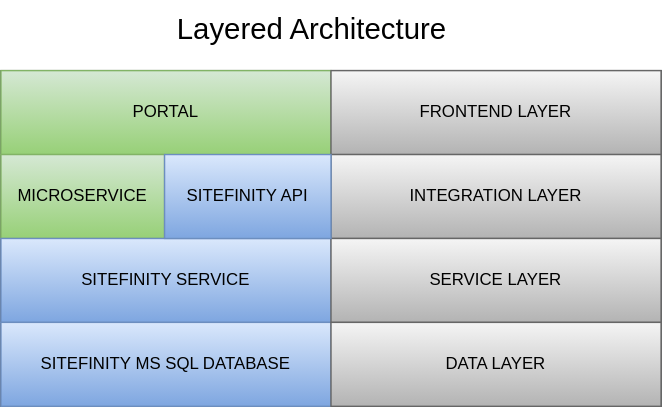
Earlier version of the draw.io export proposals/dpw/diagrams/conceptual-architecture.drawio.svg (MidhunRajeevan/system-design). Source tidied: cells renumbered, new cells last; positions are measured from the earlier drawing's top-left corner, leaving out a move shared by most shapes. The source it was exported from:
```xml
<mxGraphModel background="#ffffff">
  <root>
    <mxCell id="0" />
    <mxCell id="1" parent="0" />
    <mxCell id="2" style="rounded=0;whiteSpace=wrap;html=1;fillColor=#FFFFFF;strokeColor=#36393d;" parent="1" vertex="1">
      <mxGeometry y="49" width="472" height="240" as="geometry" />
    </mxCell>
    <mxCell id="3" value="&lt;font color=&quot;#000000&quot;&gt;PORTAL&lt;/font&gt;" style="rounded=0;whiteSpace=wrap;html=1;fillColor=#d5e8d4;strokeColor=#82b366;gradientColor=#97d077;" parent="1" vertex="1">
      <mxGeometry y="49" width="236" height="60" as="geometry" />
    </mxCell>
    <mxCell id="4" value="&lt;font color=&quot;#000000&quot;&gt;MICROSERVICE&lt;/font&gt;" style="rounded=0;whiteSpace=wrap;html=1;fillColor=#d5e8d4;strokeColor=#82b366;gradientColor=#97d077;" parent="1" vertex="1">
      <mxGeometry y="109" width="117" height="60" as="geometry" />
    </mxCell>
    <mxCell id="5" value="&lt;font color=&quot;#000000&quot;&gt;SITEFINITY SERVICE&lt;/font&gt;" style="rounded=0;whiteSpace=wrap;html=1;fillColor=#dae8fc;strokeColor=#6c8ebf;gradientColor=#7ea6e0;" parent="1" vertex="1">
      <mxGeometry y="169" width="236" height="60" as="geometry" />
    </mxCell>
    <mxCell id="6" value="&lt;font color=&quot;#000000&quot;&gt;SITEFINITY MS SQL DATABASE&lt;/font&gt;" style="rounded=0;whiteSpace=wrap;html=1;fillColor=#dae8fc;strokeColor=#6c8ebf;gradientColor=#7ea6e0;" parent="1" vertex="1">
      <mxGeometry y="229" width="236" height="60" as="geometry" />
    </mxCell>
    <mxCell id="7" value="&lt;font color=&quot;#000000&quot;&gt;FRONTEND LAYER&lt;/font&gt;" style="rounded=0;whiteSpace=wrap;html=1;fillColor=#f5f5f5;strokeColor=#666666;gradientColor=#b3b3b3;" parent="1" vertex="1">
      <mxGeometry x="236" y="49" width="236" height="60" as="geometry" />
    </mxCell>
    <mxCell id="8" value="&lt;font color=&quot;#000000&quot;&gt;INTEGRATION LAYER&lt;/font&gt;" style="rounded=0;whiteSpace=wrap;html=1;fillColor=#f5f5f5;strokeColor=#666666;gradientColor=#b3b3b3;" parent="1" vertex="1">
      <mxGeometry x="236" y="109" width="236" height="60" as="geometry" />
    </mxCell>
    <mxCell id="9" value="&lt;font color=&quot;#000000&quot;&gt;SERVICE LAYER&lt;/font&gt;" style="rounded=0;whiteSpace=wrap;html=1;fillColor=#f5f5f5;strokeColor=#666666;gradientColor=#b3b3b3;" parent="1" vertex="1">
      <mxGeometry x="236" y="169" width="236" height="60" as="geometry" />
    </mxCell>
    <mxCell id="10" value="&lt;font color=&quot;#000000&quot;&gt;DATA LAYER&lt;/font&gt;" style="rounded=0;whiteSpace=wrap;html=1;fillColor=#f5f5f5;strokeColor=#666666;gradientColor=#b3b3b3;" parent="1" vertex="1">
      <mxGeometry x="236" y="229" width="236" height="60" as="geometry" />
    </mxCell>
    <mxCell id="11" value="&lt;font color=&quot;#000000&quot;&gt;SITEFINITY API&lt;/font&gt;" style="rounded=0;whiteSpace=wrap;html=1;fillColor=#dae8fc;strokeColor=#6c8ebf;gradientColor=#7ea6e0;" parent="1" vertex="1">
      <mxGeometry x="117" y="109" width="119" height="60" as="geometry" />
    </mxCell>
    <mxCell id="12" value="&lt;font style=&quot;font-size: 21px;&quot;&gt;Layered Architecture&lt;/font&gt;" style="text;html=1;align=center;verticalAlign=middle;strokeColor=none;fillColor=none;fontColor=#000000;strokeWidth=2;" parent="1" vertex="1">
      <mxGeometry x="116" width="211" height="37" as="geometry" />
    </mxCell>
  </root>
</mxGraphModel>
```
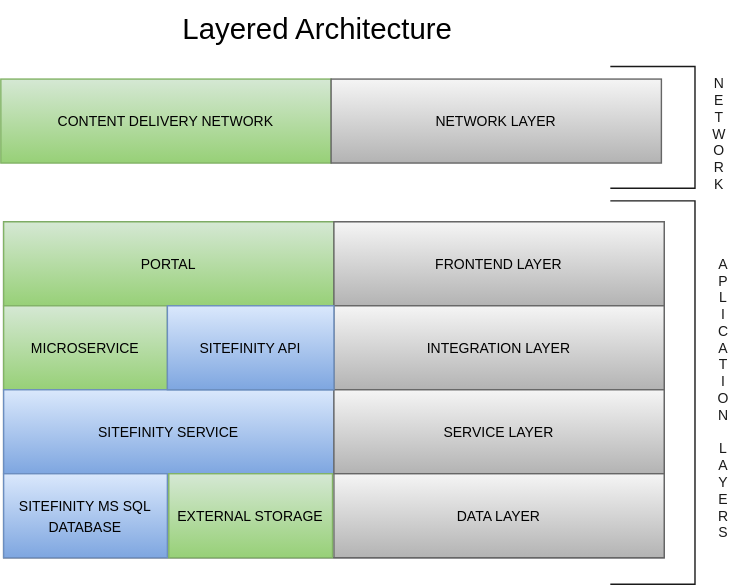
After the change.

Commit message:
layered architecture updates

The edit, as a diff of the source:
```diff
@@ -5,35 +5,56 @@
     <mxCell id="2" style="rounded=0;whiteSpace=wrap;html=1;fillColor=#FFFFFF;strokeColor=#36393d;" parent="1" vertex="1">
       <mxGeometry y="49" width="472" height="240" as="geometry" />
     </mxCell>
-    <mxCell id="3" value="&lt;font color=&quot;#000000&quot;&gt;PORTAL&lt;/font&gt;" style="rounded=0;whiteSpace=wrap;html=1;fillColor=#d5e8d4;strokeColor=#82b366;gradientColor=#97d077;" parent="1" vertex="1">
+    <mxCell id="3" value="&lt;font style=&quot;font-size: 10px;&quot; color=&quot;#000000&quot;&gt;PORTAL&lt;/font&gt;" style="rounded=0;whiteSpace=wrap;html=1;fillColor=#d5e8d4;strokeColor=#82b366;gradientColor=#97d077;" parent="1" vertex="1">
       <mxGeometry y="49" width="236" height="60" as="geometry" />
     </mxCell>
-    <mxCell id="4" value="&lt;font color=&quot;#000000&quot;&gt;MICROSERVICE&lt;/font&gt;" style="rounded=0;whiteSpace=wrap;html=1;fillColor=#d5e8d4;strokeColor=#82b366;gradientColor=#97d077;" parent="1" vertex="1">
+    <mxCell id="4" value="&lt;font style=&quot;font-size: 10px;&quot; color=&quot;#000000&quot;&gt;MICROSERVICE&lt;/font&gt;" style="rounded=0;whiteSpace=wrap;html=1;fillColor=#d5e8d4;strokeColor=#82b366;gradientColor=#97d077;" parent="1" vertex="1">
       <mxGeometry y="109" width="117" height="60" as="geometry" />
     </mxCell>
-    <mxCell id="5" value="&lt;font color=&quot;#000000&quot;&gt;SITEFINITY SERVICE&lt;/font&gt;" style="rounded=0;whiteSpace=wrap;html=1;fillColor=#dae8fc;strokeColor=#6c8ebf;gradientColor=#7ea6e0;" parent="1" vertex="1">
+    <mxCell id="5" value="&lt;font style=&quot;font-size: 10px;&quot; color=&quot;#000000&quot;&gt;SITEFINITY SERVICE&lt;/font&gt;" style="rounded=0;whiteSpace=wrap;html=1;fillColor=#dae8fc;strokeColor=#6c8ebf;gradientColor=#7ea6e0;" parent="1" vertex="1">
       <mxGeometry y="169" width="236" height="60" as="geometry" />
     </mxCell>
-    <mxCell id="6" value="&lt;font color=&quot;#000000&quot;&gt;SITEFINITY MS SQL DATABASE&lt;/font&gt;" style="rounded=0;whiteSpace=wrap;html=1;fillColor=#dae8fc;strokeColor=#6c8ebf;gradientColor=#7ea6e0;" parent="1" vertex="1">
-      <mxGeometry y="229" width="236" height="60" as="geometry" />
+    <mxCell id="6" value="&lt;font style=&quot;font-size: 10px;&quot; color=&quot;#000000&quot;&gt;SITEFINITY MS SQL DATABASE&lt;/font&gt;" style="rounded=0;whiteSpace=wrap;html=1;fillColor=#dae8fc;strokeColor=#6c8ebf;gradientColor=#7ea6e0;" parent="1" vertex="1">
+      <mxGeometry y="229" width="117" height="60" as="geometry" />
     </mxCell>
-    <mxCell id="7" value="&lt;font color=&quot;#000000&quot;&gt;FRONTEND LAYER&lt;/font&gt;" style="rounded=0;whiteSpace=wrap;html=1;fillColor=#f5f5f5;strokeColor=#666666;gradientColor=#b3b3b3;" parent="1" vertex="1">
+    <mxCell id="7" value="&lt;font style=&quot;font-size: 10px;&quot; color=&quot;#000000&quot;&gt;FRONTEND LAYER&lt;/font&gt;" style="rounded=0;whiteSpace=wrap;html=1;fillColor=#f5f5f5;strokeColor=#666666;gradientColor=#b3b3b3;" parent="1" vertex="1">
       <mxGeometry x="236" y="49" width="236" height="60" as="geometry" />
     </mxCell>
-    <mxCell id="8" value="&lt;font color=&quot;#000000&quot;&gt;INTEGRATION LAYER&lt;/font&gt;" style="rounded=0;whiteSpace=wrap;html=1;fillColor=#f5f5f5;strokeColor=#666666;gradientColor=#b3b3b3;" parent="1" vertex="1">
+    <mxCell id="8" value="&lt;font style=&quot;font-size: 10px;&quot; color=&quot;#000000&quot;&gt;INTEGRATION LAYER&lt;/font&gt;" style="rounded=0;whiteSpace=wrap;html=1;fillColor=#f5f5f5;strokeColor=#666666;gradientColor=#b3b3b3;" parent="1" vertex="1">
       <mxGeometry x="236" y="109" width="236" height="60" as="geometry" />
     </mxCell>
-    <mxCell id="9" value="&lt;font color=&quot;#000000&quot;&gt;SERVICE LAYER&lt;/font&gt;" style="rounded=0;whiteSpace=wrap;html=1;fillColor=#f5f5f5;strokeColor=#666666;gradientColor=#b3b3b3;" parent="1" vertex="1">
+    <mxCell id="9" value="&lt;font style=&quot;font-size: 10px;&quot; color=&quot;#000000&quot;&gt;SERVICE LAYER&lt;/font&gt;" style="rounded=0;whiteSpace=wrap;html=1;fillColor=#f5f5f5;strokeColor=#666666;gradientColor=#b3b3b3;" parent="1" vertex="1">
       <mxGeometry x="236" y="169" width="236" height="60" as="geometry" />
     </mxCell>
-    <mxCell id="10" value="&lt;font color=&quot;#000000&quot;&gt;DATA LAYER&lt;/font&gt;" style="rounded=0;whiteSpace=wrap;html=1;fillColor=#f5f5f5;strokeColor=#666666;gradientColor=#b3b3b3;" parent="1" vertex="1">
+    <mxCell id="10" value="&lt;font style=&quot;font-size: 10px;&quot; color=&quot;#000000&quot;&gt;DATA LAYER&lt;/font&gt;" style="rounded=0;whiteSpace=wrap;html=1;fillColor=#f5f5f5;strokeColor=#666666;gradientColor=#b3b3b3;" parent="1" vertex="1">
       <mxGeometry x="236" y="229" width="236" height="60" as="geometry" />
     </mxCell>
-    <mxCell id="11" value="&lt;font color=&quot;#000000&quot;&gt;SITEFINITY API&lt;/font&gt;" style="rounded=0;whiteSpace=wrap;html=1;fillColor=#dae8fc;strokeColor=#6c8ebf;gradientColor=#7ea6e0;" parent="1" vertex="1">
+    <mxCell id="11" value="&lt;font style=&quot;font-size: 10px;&quot; color=&quot;#000000&quot;&gt;SITEFINITY API&lt;/font&gt;" style="rounded=0;whiteSpace=wrap;html=1;fillColor=#dae8fc;strokeColor=#6c8ebf;gradientColor=#7ea6e0;" parent="1" vertex="1">
       <mxGeometry x="117" y="109" width="119" height="60" as="geometry" />
     </mxCell>
     <mxCell id="12" value="&lt;font style=&quot;font-size: 21px;&quot;&gt;Layered Architecture&lt;/font&gt;" style="text;html=1;align=center;verticalAlign=middle;strokeColor=none;fillColor=none;fontColor=#000000;strokeWidth=2;" parent="1" vertex="1">
-      <mxGeometry x="116" width="211" height="37" as="geometry" />
+      <mxGeometry x="118" y="-108" width="211" height="37" as="geometry" />
     </mxCell>
+    <mxCell id="13" value="&lt;font style=&quot;font-size: 10px;&quot; color=&quot;#000000&quot;&gt;EXTERNAL STORAGE&lt;/font&gt;" style="rounded=0;whiteSpace=wrap;html=1;fillColor=#d5e8d4;strokeColor=#82b366;gradientColor=#97d077;" parent="1" vertex="1">
+      <mxGeometry x="118" y="229" width="117" height="60" as="geometry" />
+    </mxCell>
+    <mxCell id="14" value="&lt;font style=&quot;font-size: 10px;&quot; color=&quot;#000000&quot;&gt;CONTENT DELIVERY NETWORK&lt;/font&gt;" style="rounded=0;whiteSpace=wrap;html=1;fillColor=#d5e8d4;strokeColor=#82b366;gradientColor=#97d077;" parent="1" vertex="1">
+      <mxGeometry x="-2" y="-53" width="236" height="60" as="geometry" />
+    </mxCell>
+    <mxCell id="15" value="&lt;font style=&quot;font-size: 10px;&quot; color=&quot;#000000&quot;&gt;NETWORK LAYER&lt;/font&gt;" style="rounded=0;whiteSpace=wrap;html=1;fillColor=#f5f5f5;strokeColor=#666666;gradientColor=#b3b3b3;" parent="1" vertex="1">
+      <mxGeometry x="234" y="-53" width="236" height="60" as="geometry" />
+    </mxCell>
+    <mxCell id="16" style="shape=partialRectangle;whiteSpace=wrap;html=1;bottom=1;right=1;left=1;top=0;fillColor=none;routingCenterX=-0.5;fontSize=10;strokeColor=#1A1A1A;direction=north;strokeWidth=1;" parent="1" vertex="1">
+      <mxGeometry x="434" y="34" width="60" height="274" as="geometry" />
+    </mxCell>
+    <mxCell id="17" value="&lt;font color=&quot;#1a1a1a&quot;&gt;A&lt;br&gt;P&lt;br&gt;L&lt;br&gt;I&lt;br&gt;C&lt;br&gt;A&lt;br&gt;T&lt;br&gt;I&lt;br&gt;O&lt;br&gt;N&lt;br&gt;&lt;br&gt;L&lt;br&gt;A&lt;br&gt;Y&lt;br&gt;E&lt;br&gt;R&lt;br&gt;S&lt;br&gt;&lt;/font&gt;" style="text;html=1;align=center;verticalAlign=middle;strokeColor=none;fillColor=none;fontSize=10;" parent="1" vertex="1">
+      <mxGeometry x="501" y="67" width="26" height="216" as="geometry" />
+    </mxCell>
+    <mxCell id="18" style="shape=partialRectangle;whiteSpace=wrap;html=1;bottom=1;right=1;left=1;top=0;fillColor=none;routingCenterX=-0.5;fontSize=10;strokeColor=#1A1A1A;direction=north;strokeWidth=1;" parent="1" vertex="1">
+      <mxGeometry x="434" y="-62" width="60" height="87" as="geometry" />
+    </mxCell>
+    <mxCell id="19" value="&lt;font color=&quot;#1a1a1a&quot;&gt;N&lt;br&gt;E&lt;br&gt;T&lt;br&gt;W&lt;br&gt;O&lt;br&gt;R&lt;br&gt;K&lt;br&gt;&lt;/font&gt;" style="text;html=1;align=center;verticalAlign=middle;strokeColor=none;fillColor=none;fontSize=10;" parent="1" vertex="1">
+      <mxGeometry x="497" y="-62" width="27" height="96" as="geometry" />
+    </mxCell>
   </root>
 </mxGraphModel>
```
